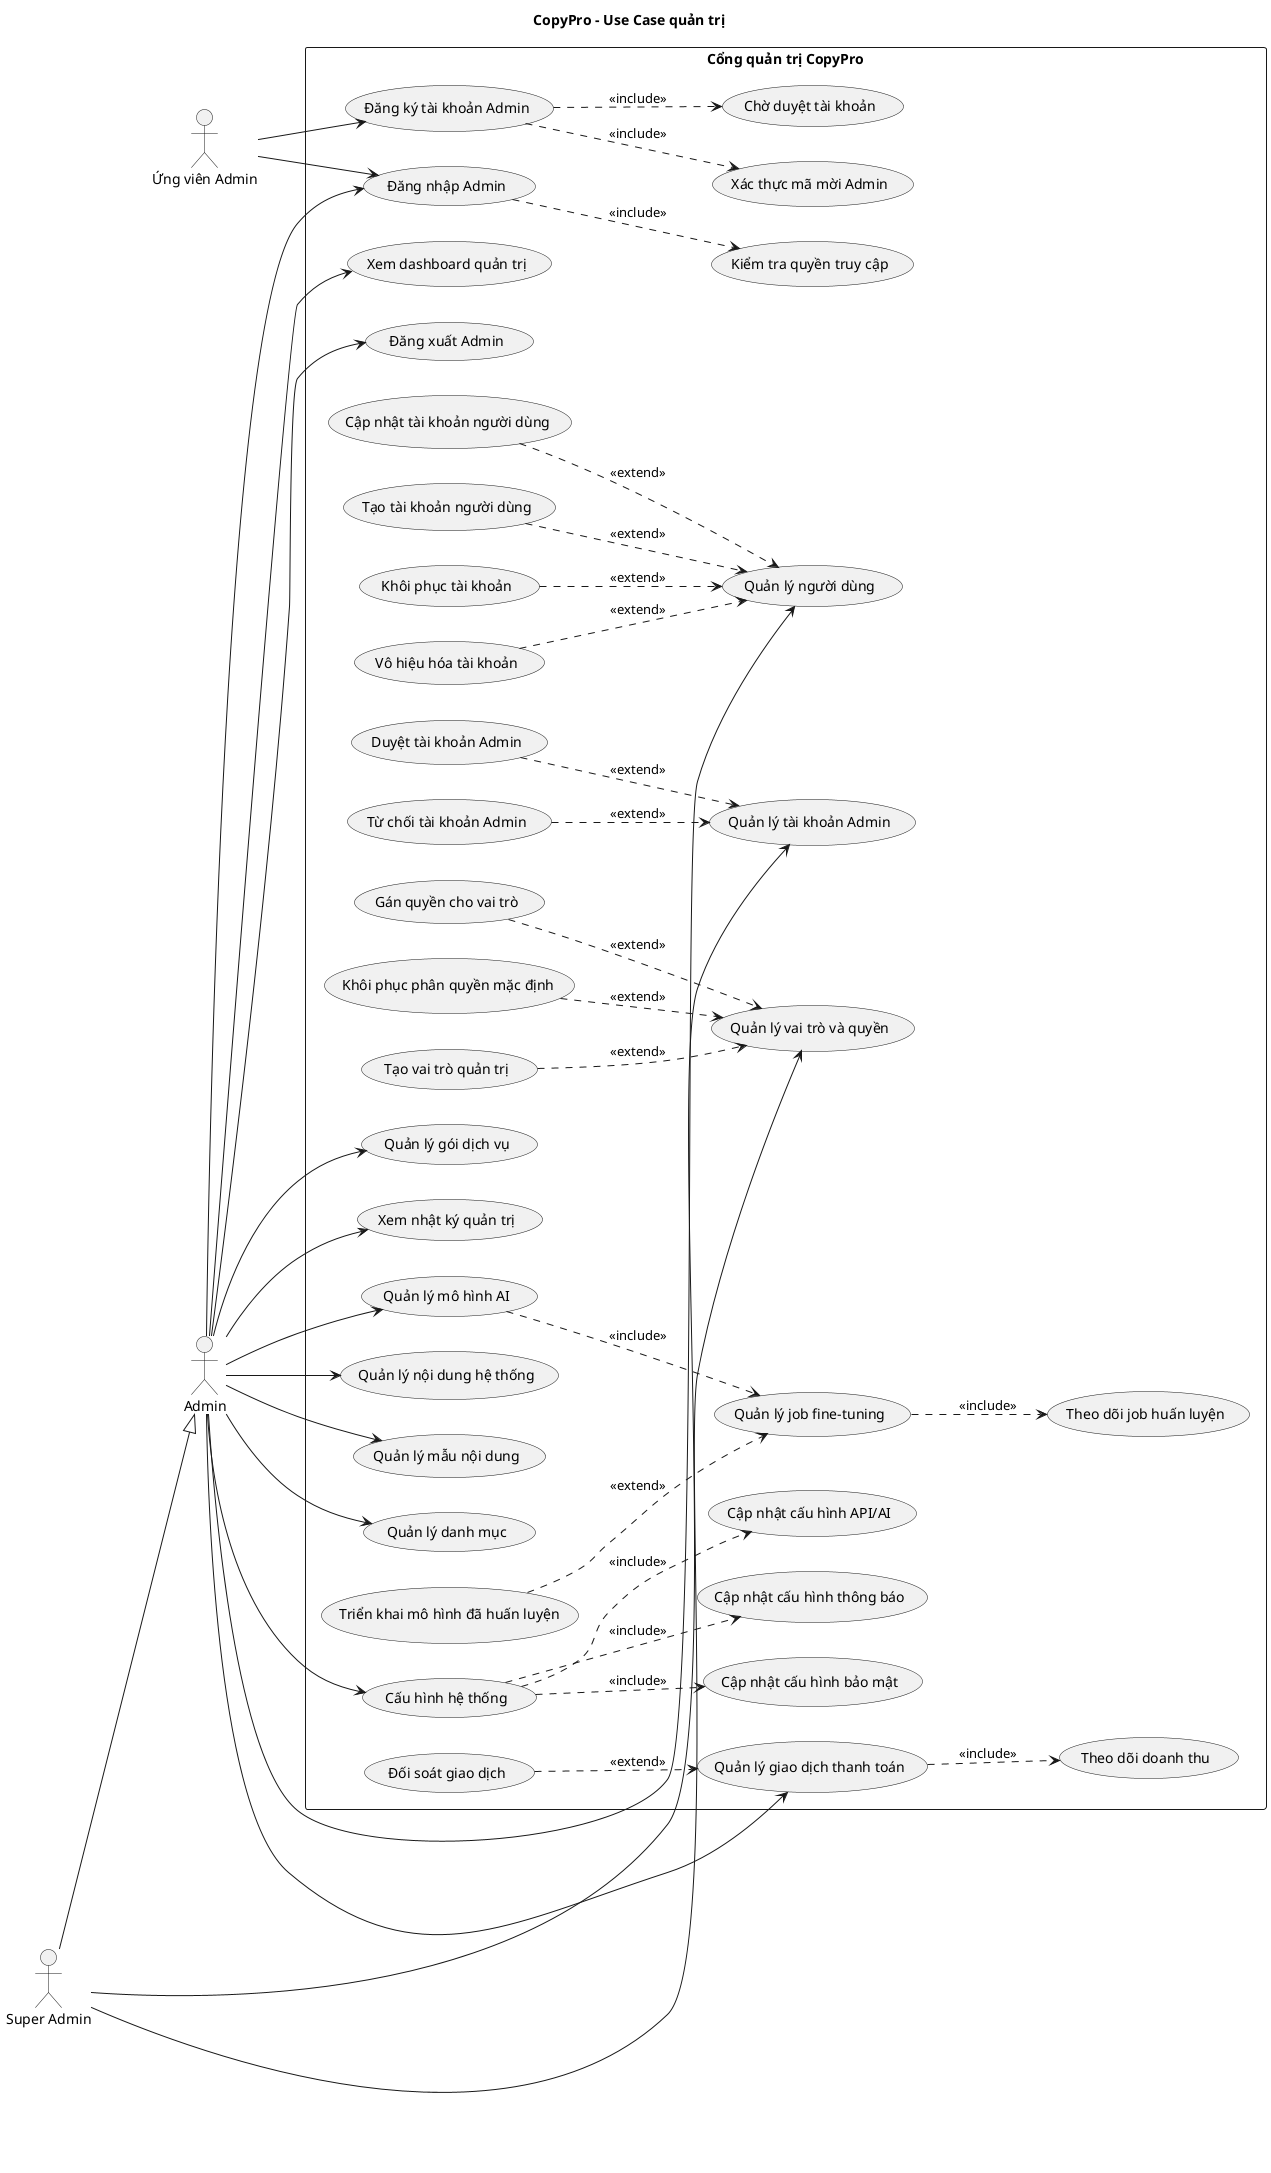
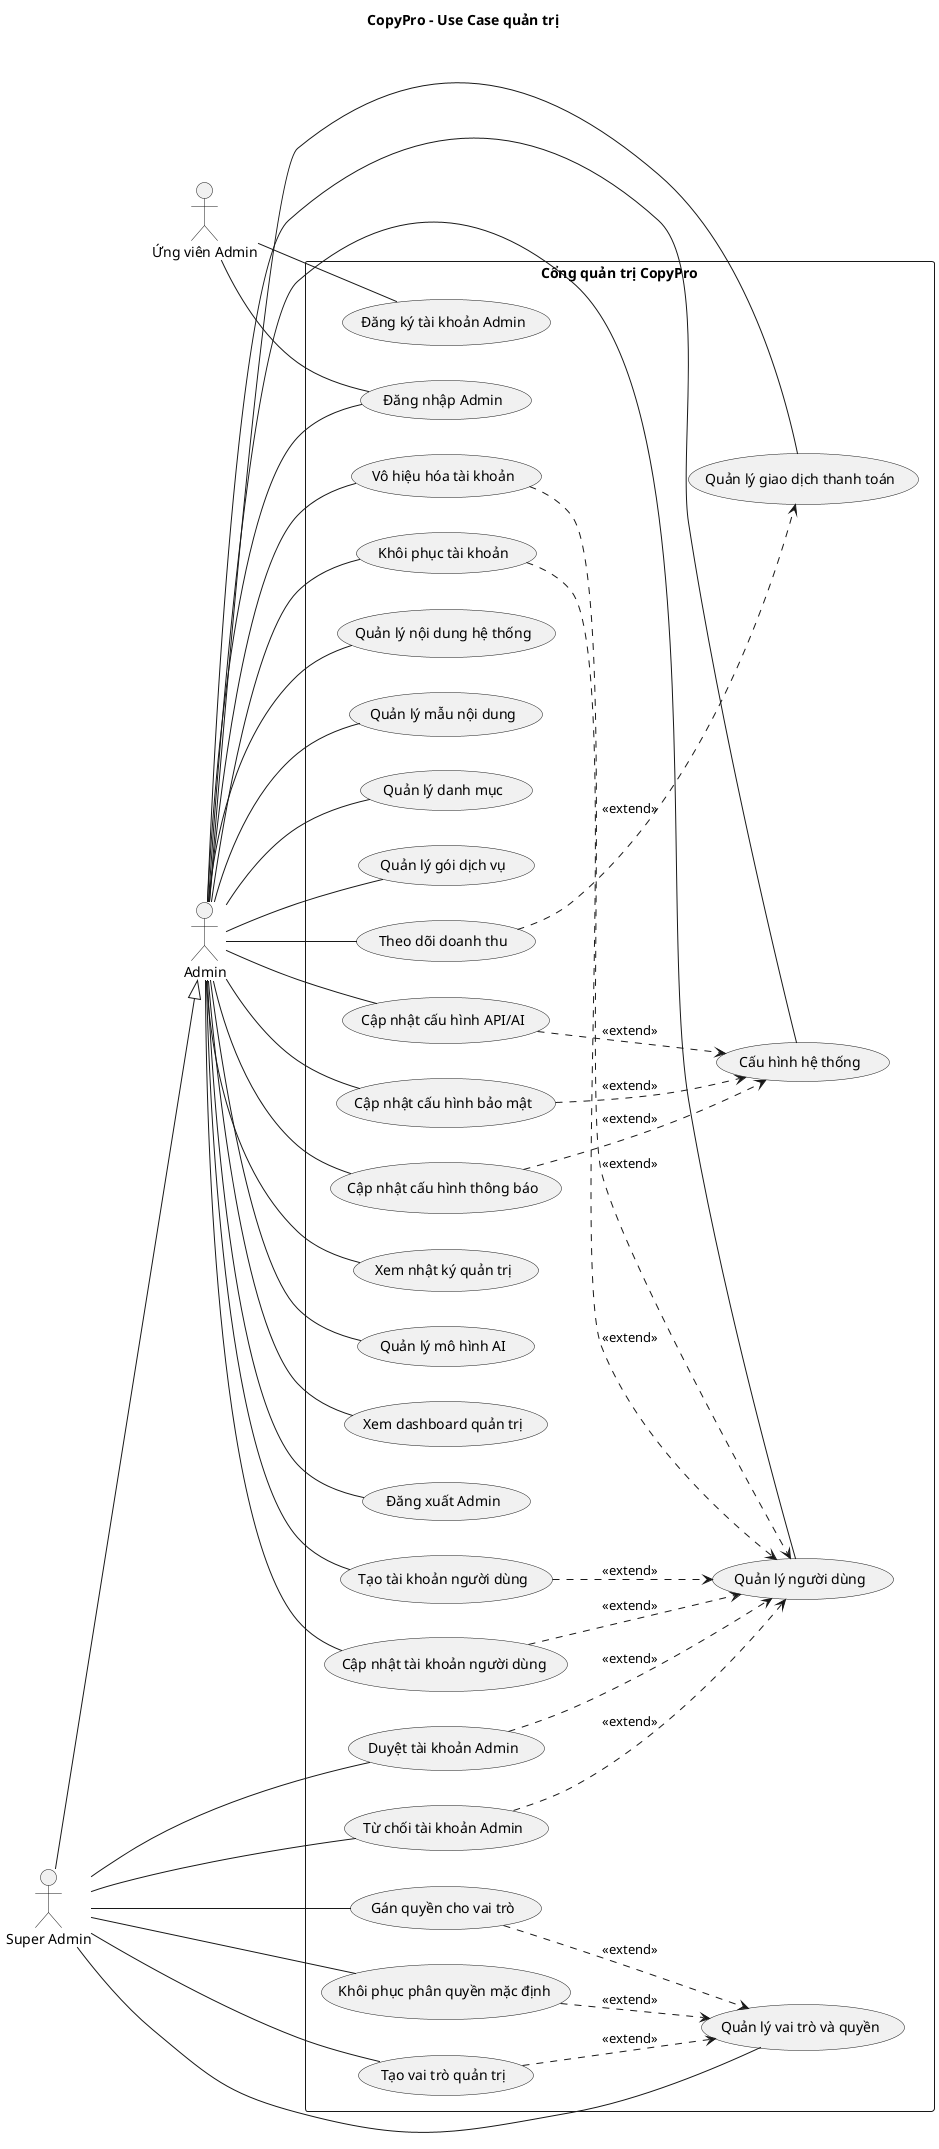
@startuml CopyProAdminUseCase
title CopyPro - Use Case quản trị

left to right direction

actor "Ứng viên Admin" as AdminCandidate
actor "Admin" as Admin
actor "Super Admin" as SuperAdmin

SuperAdmin --|> Admin

rectangle "Cổng quản trị CopyPro" {
  usecase "Đăng ký tài khoản Admin" as UC_Register
-   usecase "Xác thực mã mời Admin" as UC_ValidateInvite
-   usecase "Chờ duyệt tài khoản" as UC_WaitApproval

  usecase "Đăng nhập Admin" as UC_Login
-   usecase "Kiểm tra quyền truy cập" as UC_CheckPermission
  usecase "Xem dashboard quản trị" as UC_Dashboard
  usecase "Đăng xuất Admin" as UC_Logout

  usecase "Quản lý người dùng" as UC_Users
  usecase "Tạo tài khoản người dùng" as UC_CreateUser
  usecase "Cập nhật tài khoản người dùng" as UC_UpdateUser
  usecase "Vô hiệu hóa tài khoản" as UC_DeactivateUser
  usecase "Khôi phục tài khoản" as UC_RestoreUser

-   usecase "Quản lý tài khoản Admin" as UC_AdminAccounts
  usecase "Duyệt tài khoản Admin" as UC_ApproveAdmin
  usecase "Từ chối tài khoản Admin" as UC_RejectAdmin

  usecase "Quản lý vai trò và quyền" as UC_Permissions
  usecase "Tạo vai trò quản trị" as UC_CreateAdminRole
  usecase "Gán quyền cho vai trò" as UC_AssignPermission
  usecase "Khôi phục phân quyền mặc định" as UC_ResetPermissions

  usecase "Quản lý nội dung hệ thống" as UC_Contents
  usecase "Quản lý mẫu nội dung" as UC_Templates
  usecase "Quản lý danh mục" as UC_Categories

  usecase "Quản lý gói dịch vụ" as UC_Plans
  usecase "Quản lý giao dịch thanh toán" as UC_Payments
-   usecase "Đối soát giao dịch" as UC_ReconcilePayments
  usecase "Theo dõi doanh thu" as UC_Revenue

  usecase "Cấu hình hệ thống" as UC_Settings
  usecase "Cập nhật cấu hình API/AI" as UC_ApiSettings
  usecase "Cập nhật cấu hình bảo mật" as UC_SecuritySettings
  usecase "Cập nhật cấu hình thông báo" as UC_SystemNotifications

  usecase "Xem nhật ký quản trị" as UC_AuditLogs

  usecase "Quản lý mô hình AI" as UC_Models
-   usecase "Quản lý job fine-tuning" as UC_FineTuning
-   usecase "Theo dõi job huấn luyện" as UC_TrainingJobs
-   usecase "Triển khai mô hình đã huấn luyện" as UC_DeployModel
}

- AdminCandidate --> UC_Register
- AdminCandidate --> UC_Login
+ AdminCandidate -- UC_Register
+ AdminCandidate -- UC_Login

- Admin --> UC_Login
- Admin --> UC_Dashboard
- Admin --> UC_Logout
+ Admin -- UC_Login
+ Admin -- UC_Dashboard
+ Admin -- UC_Logout

- Admin --> UC_Users
- Admin --> UC_Contents
- Admin --> UC_Templates
- Admin --> UC_Categories
- Admin --> UC_Plans
- Admin --> UC_Payments
- Admin --> UC_Settings
- Admin --> UC_AuditLogs
- Admin --> UC_Models
+ Admin -- UC_Users
+ Admin -- UC_CreateUser
+ Admin -- UC_UpdateUser
+ Admin -- UC_DeactivateUser
+ Admin -- UC_RestoreUser
+ Admin -- UC_Contents
+ Admin -- UC_Templates
+ Admin -- UC_Categories
+ Admin -- UC_Plans
+ Admin -- UC_Payments
+ Admin -- UC_Revenue
+ Admin -- UC_Settings
+ Admin -- UC_ApiSettings
+ Admin -- UC_SecuritySettings
+ Admin -- UC_SystemNotifications
+ Admin -- UC_AuditLogs
+ Admin -- UC_Models

- SuperAdmin --> UC_AdminAccounts
- SuperAdmin --> UC_Permissions
- 
- UC_Register ..> UC_ValidateInvite : <<include>>
- UC_Register ..> UC_WaitApproval : <<include>>
- UC_Login ..> UC_CheckPermission : <<include>>
+ SuperAdmin -- UC_ApproveAdmin
+ SuperAdmin -- UC_RejectAdmin
+ SuperAdmin -- UC_Permissions
+ SuperAdmin -- UC_CreateAdminRole
+ SuperAdmin -- UC_AssignPermission
+ SuperAdmin -- UC_ResetPermissions

UC_CreateUser ..> UC_Users : <<extend>>
UC_UpdateUser ..> UC_Users : <<extend>>
UC_DeactivateUser ..> UC_Users : <<extend>>
UC_RestoreUser ..> UC_Users : <<extend>>

- UC_ApproveAdmin ..> UC_AdminAccounts : <<extend>>
- UC_RejectAdmin ..> UC_AdminAccounts : <<extend>>
+ UC_ApproveAdmin ..> UC_Users : <<extend>>
+ UC_RejectAdmin ..> UC_Users : <<extend>>

UC_CreateAdminRole ..> UC_Permissions : <<extend>>
UC_AssignPermission ..> UC_Permissions : <<extend>>
UC_ResetPermissions ..> UC_Permissions : <<extend>>

- UC_ReconcilePayments ..> UC_Payments : <<extend>>
- UC_Payments ..> UC_Revenue : <<include>>
+ UC_Revenue ..> UC_Payments : <<extend>>

- UC_Settings ..> UC_ApiSettings : <<include>>
- UC_Settings ..> UC_SecuritySettings : <<include>>
- UC_Settings ..> UC_SystemNotifications : <<include>>
+ UC_ApiSettings ..> UC_Settings : <<extend>>
+ UC_SecuritySettings ..> UC_Settings : <<extend>>
+ UC_SystemNotifications ..> UC_Settings : <<extend>>

- UC_Models ..> UC_FineTuning : <<include>>
- UC_FineTuning ..> UC_TrainingJobs : <<include>>
- UC_DeployModel ..> UC_FineTuning : <<extend>>
- 
- @enduml+ @enduml
